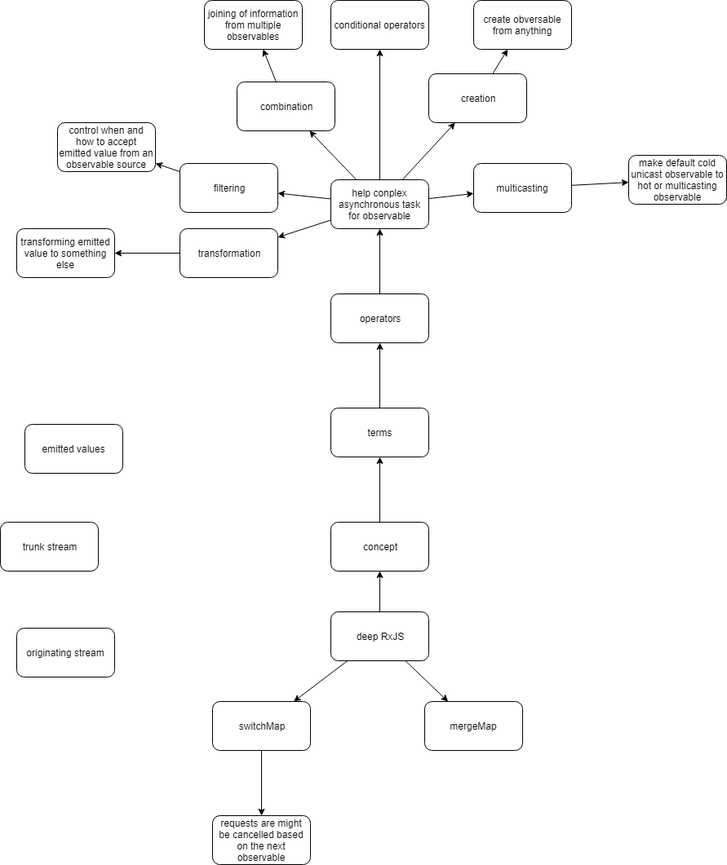
stsiwo/js_concept keeps this draw.io diagram as RxJS_deep_concept.PNG. Above is the earlier version. Source tidied: cells renumbered, new cells last; positions are measured from the earlier drawing's top-left corner, leaving out a move shared by most shapes. The source it was exported from:
```xml
<mxGraphModel background="#FFFFFF">
  <root>
    <mxCell id="0" />
    <mxCell id="1" parent="0" />
    <mxCell id="2" style="rounded=0;jettySize=auto;html=1;" parent="1" edge="1" source="5" target="37">
      <mxGeometry relative="1" as="geometry" />
    </mxCell>
    <mxCell id="3" style="edgeStyle=none;rounded=0;jettySize=auto;html=1;" parent="1" edge="1" source="5" target="35">
      <mxGeometry relative="1" as="geometry" />
    </mxCell>
    <mxCell id="4" style="edgeStyle=none;rounded=0;jettySize=auto;html=1;" parent="1" edge="1" source="5" target="7">
      <mxGeometry relative="1" as="geometry" />
    </mxCell>
    <mxCell id="5" value="deep RxJS" style="rounded=1;whiteSpace=wrap;html=1;" parent="1" vertex="1">
      <mxGeometry x="405" y="750" width="120" height="60" as="geometry" />
    </mxCell>
    <mxCell id="6" style="edgeStyle=none;rounded=0;jettySize=auto;html=1;" parent="1" edge="1" source="7" target="9">
      <mxGeometry relative="1" as="geometry" />
    </mxCell>
    <mxCell id="7" value="concept" style="rounded=1;whiteSpace=wrap;html=1;" parent="1" vertex="1">
      <mxGeometry x="405" y="640" width="120" height="60" as="geometry" />
    </mxCell>
    <mxCell id="8" style="edgeStyle=none;rounded=0;jettySize=auto;html=1;" parent="1" edge="1" source="9" target="11">
      <mxGeometry relative="1" as="geometry" />
    </mxCell>
    <mxCell id="9" value="terms" style="rounded=1;whiteSpace=wrap;html=1;" parent="1" vertex="1">
      <mxGeometry x="405" y="500" width="120" height="60" as="geometry" />
    </mxCell>
    <mxCell id="10" style="edgeStyle=none;rounded=0;jettySize=auto;html=1;" parent="1" edge="1" source="11" target="18">
      <mxGeometry relative="1" as="geometry" />
    </mxCell>
    <mxCell id="11" value="operators" style="rounded=1;whiteSpace=wrap;html=1;" parent="1" vertex="1">
      <mxGeometry x="405" y="360" width="120" height="60" as="geometry" />
    </mxCell>
    <mxCell id="12" style="edgeStyle=none;rounded=0;jettySize=auto;html=1;" parent="1" edge="1" source="18" target="33">
      <mxGeometry relative="1" as="geometry" />
    </mxCell>
    <mxCell id="13" style="edgeStyle=none;rounded=0;jettySize=auto;html=1;" parent="1" edge="1" source="18" target="31">
      <mxGeometry relative="1" as="geometry" />
    </mxCell>
    <mxCell id="14" style="edgeStyle=none;rounded=0;jettySize=auto;html=1;" parent="1" edge="1" source="18" target="29">
      <mxGeometry relative="1" as="geometry" />
    </mxCell>
    <mxCell id="15" style="edgeStyle=none;rounded=0;jettySize=auto;html=1;" parent="1" edge="1" source="18" target="26">
      <mxGeometry relative="1" as="geometry" />
    </mxCell>
    <mxCell id="16" style="edgeStyle=none;rounded=0;jettySize=auto;html=1;" parent="1" edge="1" source="18" target="23">
      <mxGeometry relative="1" as="geometry" />
    </mxCell>
    <mxCell id="17" style="edgeStyle=none;rounded=0;jettySize=auto;html=1;" parent="1" edge="1" source="18" target="20">
      <mxGeometry relative="1" as="geometry" />
    </mxCell>
    <mxCell id="18" value="help conplex asynchronous task for observable" style="rounded=1;whiteSpace=wrap;html=1;" parent="1" vertex="1">
      <mxGeometry x="405" y="220" width="120" height="60" as="geometry" />
    </mxCell>
    <mxCell id="19" style="edgeStyle=none;rounded=0;jettySize=auto;html=1;" parent="1" edge="1" source="20" target="21">
      <mxGeometry relative="1" as="geometry" />
    </mxCell>
    <mxCell id="20" value="transformation" style="rounded=1;whiteSpace=wrap;html=1;" parent="1" vertex="1">
      <mxGeometry x="220" y="280" width="120" height="60" as="geometry" />
    </mxCell>
    <mxCell id="21" value="transforming emitted value to something else" style="rounded=1;whiteSpace=wrap;html=1;" parent="1" vertex="1">
      <mxGeometry x="20" y="280" width="120" height="60" as="geometry" />
    </mxCell>
    <mxCell id="22" style="edgeStyle=none;rounded=0;jettySize=auto;html=1;" parent="1" edge="1" source="23" target="24">
      <mxGeometry relative="1" as="geometry" />
    </mxCell>
    <mxCell id="23" value="filtering" style="rounded=1;whiteSpace=wrap;html=1;" parent="1" vertex="1">
      <mxGeometry x="220" y="200" width="120" height="60" as="geometry" />
    </mxCell>
    <mxCell id="24" value="control when and how to accept emitted value from an observable source" style="rounded=1;whiteSpace=wrap;html=1;" parent="1" vertex="1">
      <mxGeometry x="70" y="150" width="120" height="60" as="geometry" />
    </mxCell>
    <mxCell id="25" style="edgeStyle=none;rounded=0;jettySize=auto;html=1;" parent="1" edge="1" source="26" target="27">
      <mxGeometry relative="1" as="geometry" />
    </mxCell>
    <mxCell id="26" value="multicasting" style="rounded=1;whiteSpace=wrap;html=1;" parent="1" vertex="1">
      <mxGeometry x="580" y="200" width="120" height="60" as="geometry" />
    </mxCell>
    <mxCell id="27" value="make default cold unicast observable to hot or multicasting observable" style="rounded=1;whiteSpace=wrap;html=1;" parent="1" vertex="1">
      <mxGeometry x="770" y="190" width="120" height="60" as="geometry" />
    </mxCell>
    <mxCell id="28" style="edgeStyle=none;rounded=0;jettySize=auto;html=1;" parent="1" edge="1" source="29" target="30">
      <mxGeometry relative="1" as="geometry" />
    </mxCell>
    <mxCell id="29" value="creation" style="rounded=1;whiteSpace=wrap;html=1;" parent="1" vertex="1">
      <mxGeometry x="525" y="90" width="120" height="60" as="geometry" />
    </mxCell>
    <mxCell id="30" value="create obversable from anything" style="rounded=1;whiteSpace=wrap;html=1;" parent="1" vertex="1">
      <mxGeometry x="580" width="120" height="60" as="geometry" />
    </mxCell>
    <mxCell id="31" value="conditional operators" style="rounded=1;whiteSpace=wrap;html=1;" parent="1" vertex="1">
      <mxGeometry x="405" width="120" height="60" as="geometry" />
    </mxCell>
    <mxCell id="32" style="edgeStyle=none;rounded=0;jettySize=auto;html=1;" parent="1" edge="1" source="33" target="34">
      <mxGeometry relative="1" as="geometry" />
    </mxCell>
    <mxCell id="33" value="combination" style="rounded=1;whiteSpace=wrap;html=1;" parent="1" vertex="1">
      <mxGeometry x="290" y="100" width="120" height="60" as="geometry" />
    </mxCell>
    <mxCell id="34" value="joining of information from multiple observables" style="rounded=1;whiteSpace=wrap;html=1;" parent="1" vertex="1">
      <mxGeometry x="250" width="120" height="60" as="geometry" />
    </mxCell>
    <mxCell id="35" value="mergeMap" style="rounded=1;whiteSpace=wrap;html=1;" parent="1" vertex="1">
      <mxGeometry x="520" y="860" width="120" height="60" as="geometry" />
    </mxCell>
    <mxCell id="36" style="edgeStyle=none;rounded=0;jettySize=auto;html=1;" parent="1" edge="1" source="37" target="38">
      <mxGeometry relative="1" as="geometry" />
    </mxCell>
    <mxCell id="37" value="switchMap" style="rounded=1;whiteSpace=wrap;html=1;" parent="1" vertex="1">
      <mxGeometry x="260" y="860" width="120" height="60" as="geometry" />
    </mxCell>
    <mxCell id="38" value="requests are might be cancelled based on the next observable" style="rounded=1;whiteSpace=wrap;html=1;" parent="1" vertex="1">
      <mxGeometry x="260" y="1000" width="120" height="60" as="geometry" />
    </mxCell>
    <mxCell id="39" value="originating stream" style="rounded=1;whiteSpace=wrap;html=1;" parent="1" vertex="1">
      <mxGeometry x="20" y="770" width="120" height="60" as="geometry" />
    </mxCell>
    <mxCell id="40" value="trunk stream" style="rounded=1;whiteSpace=wrap;html=1;" parent="1" vertex="1">
      <mxGeometry y="640" width="120" height="60" as="geometry" />
    </mxCell>
    <mxCell id="41" value="emitted values" style="rounded=1;whiteSpace=wrap;html=1;" parent="1" vertex="1">
      <mxGeometry x="30" y="520" width="120" height="60" as="geometry" />
    </mxCell>
  </root>
</mxGraphModel>
```
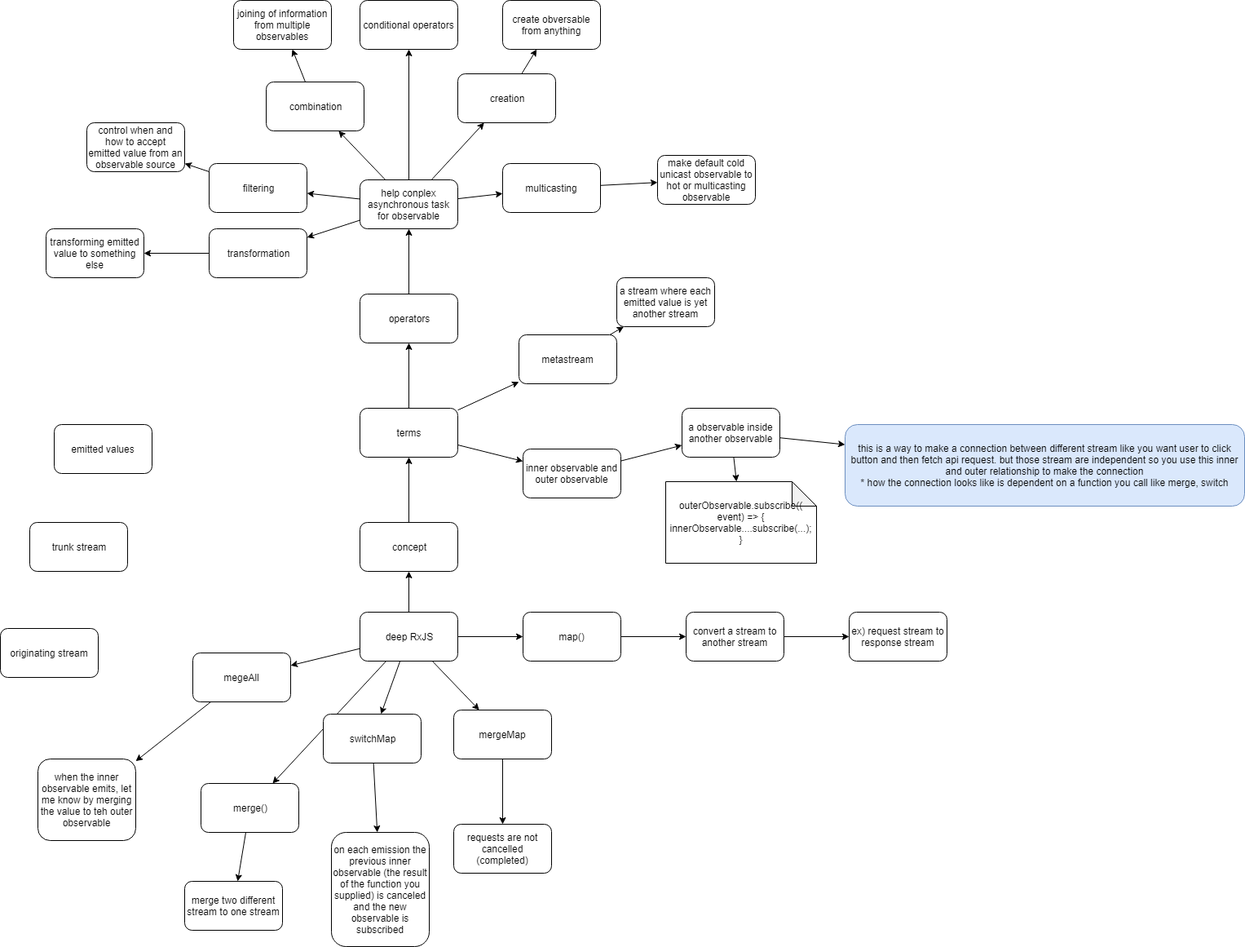
The same diagram one commit later.

Diff of the diagram source:
```diff
@@ -11,9 +11,51 @@
     <mxCell id="4" style="edgeStyle=none;rounded=0;jettySize=auto;html=1;" parent="1" edge="1" source="5" target="7">
       <mxGeometry relative="1" as="geometry" />
     </mxCell>
+    <mxCell id="42" style="edgeStyle=none;rounded=0;jettySize=auto;html=1;" parent="1" edge="1" source="5" target="52">
+      <mxGeometry relative="1" as="geometry" />
+    </mxCell>
+    <mxCell id="43" style="edgeStyle=none;rounded=0;jettySize=auto;html=1;" parent="1" edge="1" source="5" target="49">
+      <mxGeometry relative="1" as="geometry" />
+    </mxCell>
+    <mxCell id="44" style="edgeStyle=none;rounded=0;jettySize=auto;html=1;" parent="1" edge="1" source="5" target="46">
+      <mxGeometry relative="1" as="geometry" />
+    </mxCell>
     <mxCell id="5" value="deep RxJS" style="rounded=1;whiteSpace=wrap;html=1;" parent="1" vertex="1">
       <mxGeometry x="405" y="750" width="120" height="60" as="geometry" />
     </mxCell>
+    <mxCell id="45" style="edgeStyle=none;rounded=0;jettySize=auto;html=1;" parent="1" edge="1" source="46" target="47">
+      <mxGeometry relative="1" as="geometry" />
+    </mxCell>
+    <mxCell id="46" value="megeAll" style="rounded=1;whiteSpace=wrap;html=1;" parent="1" vertex="1">
+      <mxGeometry x="200" y="800" width="120" height="60" as="geometry" />
+    </mxCell>
+    <mxCell id="47" value="when the inner observable emits, let me know by merging the value to teh outer observable" style="rounded=1;whiteSpace=wrap;html=1;" parent="1" vertex="1">
+      <mxGeometry x="10" y="930" width="120" height="100" as="geometry" />
+    </mxCell>
+    <mxCell id="48" style="edgeStyle=none;rounded=0;jettySize=auto;html=1;" parent="1" edge="1" source="49" target="50">
+      <mxGeometry relative="1" as="geometry" />
+    </mxCell>
+    <mxCell id="49" value="merge()" style="rounded=1;whiteSpace=wrap;html=1;" parent="1" vertex="1">
+      <mxGeometry x="210" y="960" width="120" height="60" as="geometry" />
+    </mxCell>
+    <mxCell id="50" value="merge two different stream to one stream" style="rounded=1;whiteSpace=wrap;html=1;" parent="1" vertex="1">
+      <mxGeometry x="190" y="1080" width="120" height="60" as="geometry" />
+    </mxCell>
+    <mxCell id="51" style="edgeStyle=none;rounded=0;jettySize=auto;html=1;" parent="1" edge="1" source="52" target="54">
+      <mxGeometry relative="1" as="geometry" />
+    </mxCell>
+    <mxCell id="52" value="map()" style="rounded=1;whiteSpace=wrap;html=1;" parent="1" vertex="1">
+      <mxGeometry x="605" y="750" width="120" height="60" as="geometry" />
+    </mxCell>
+    <mxCell id="53" style="edgeStyle=none;rounded=0;jettySize=auto;html=1;" parent="1" edge="1" source="54" target="55">
+      <mxGeometry relative="1" as="geometry" />
+    </mxCell>
+    <mxCell id="54" value="convert a stream to another stream" style="rounded=1;whiteSpace=wrap;html=1;" parent="1" vertex="1">
+      <mxGeometry x="805" y="750" width="120" height="60" as="geometry" />
+    </mxCell>
+    <mxCell id="55" value="ex) request stream to response stream" style="rounded=1;whiteSpace=wrap;html=1;" parent="1" vertex="1">
+      <mxGeometry x="1005" y="750" width="120" height="60" as="geometry" />
+    </mxCell>
     <mxCell id="6" style="edgeStyle=none;rounded=0;jettySize=auto;html=1;" parent="1" edge="1" source="7" target="9">
       <mxGeometry relative="1" as="geometry" />
     </mxCell>
@@ -23,9 +65,42 @@
     <mxCell id="8" style="edgeStyle=none;rounded=0;jettySize=auto;html=1;" parent="1" edge="1" source="9" target="11">
       <mxGeometry relative="1" as="geometry" />
     </mxCell>
+    <mxCell id="56" style="edgeStyle=none;rounded=0;jettySize=auto;html=1;" parent="1" edge="1" source="9" target="65">
+      <mxGeometry relative="1" as="geometry" />
+    </mxCell>
+    <mxCell id="57" style="edgeStyle=none;rounded=0;jettySize=auto;html=1;" parent="1" edge="1" source="9" target="59">
+      <mxGeometry relative="1" as="geometry" />
+    </mxCell>
     <mxCell id="9" value="terms" style="rounded=1;whiteSpace=wrap;html=1;" parent="1" vertex="1">
       <mxGeometry x="405" y="500" width="120" height="60" as="geometry" />
     </mxCell>
+    <mxCell id="58" style="edgeStyle=none;rounded=0;jettySize=auto;html=1;" parent="1" edge="1" source="59" target="62">
+      <mxGeometry relative="1" as="geometry" />
+    </mxCell>
+    <mxCell id="59" value="inner observable and outer observable" style="rounded=1;whiteSpace=wrap;html=1;" parent="1" vertex="1">
+      <mxGeometry x="605" y="550" width="120" height="60" as="geometry" />
+    </mxCell>
+    <mxCell id="60" style="edgeStyle=none;rounded=0;jettySize=auto;html=1;" parent="1" edge="1" source="62" target="69">
+      <mxGeometry relative="1" as="geometry" />
+    </mxCell>
+    <mxCell id="61" style="edgeStyle=none;rounded=0;jettySize=auto;html=1;" parent="1" edge="1" source="62" target="63">
+      <mxGeometry relative="1" as="geometry" />
+    </mxCell>
+    <mxCell id="62" value="a observable inside another observable" style="rounded=1;whiteSpace=wrap;html=1;" parent="1" vertex="1">
+      <mxGeometry x="800" y="500" width="120" height="60" as="geometry" />
+    </mxCell>
+    <mxCell id="63" value="this is a way to make a connection between different stream like you want user to click button and then fetch api request. but those stream are independent so you use this inner and outer relationship to make the connection&lt;br&gt;* how the connection looks like is dependent on a function you call like merge, switch&lt;br&gt;" style="rounded=1;whiteSpace=wrap;html=1;fillColor=#dae8fc;strokeColor=#6c8ebf;" parent="1" vertex="1">
+      <mxGeometry x="1000" y="520" width="490" height="100" as="geometry" />
+    </mxCell>
+    <mxCell id="64" style="edgeStyle=none;rounded=0;jettySize=auto;html=1;" parent="1" edge="1" source="65" target="66">
+      <mxGeometry relative="1" as="geometry" />
+    </mxCell>
+    <mxCell id="65" value="metastream" style="rounded=1;whiteSpace=wrap;html=1;" parent="1" vertex="1">
+      <mxGeometry x="600" y="410" width="120" height="60" as="geometry" />
+    </mxCell>
+    <mxCell id="66" value="a stream where each emitted value is yet another stream" style="rounded=1;whiteSpace=wrap;html=1;" parent="1" vertex="1">
+      <mxGeometry x="720" y="340" width="120" height="60" as="geometry" />
+    </mxCell>
     <mxCell id="10" style="edgeStyle=none;rounded=0;jettySize=auto;html=1;" parent="1" edge="1" source="11" target="18">
       <mxGeometry relative="1" as="geometry" />
     </mxCell>
@@ -101,20 +176,26 @@
     <mxCell id="34" value="joining of information from multiple observables" style="rounded=1;whiteSpace=wrap;html=1;" parent="1" vertex="1">
       <mxGeometry x="250" width="120" height="60" as="geometry" />
     </mxCell>
+    <mxCell id="67" style="edgeStyle=none;rounded=0;jettySize=auto;html=1;" parent="1" edge="1" source="35" target="68">
+      <mxGeometry relative="1" as="geometry" />
+    </mxCell>
     <mxCell id="35" value="mergeMap" style="rounded=1;whiteSpace=wrap;html=1;" parent="1" vertex="1">
-      <mxGeometry x="520" y="860" width="120" height="60" as="geometry" />
+      <mxGeometry x="520" y="870" width="120" height="60" as="geometry" />
     </mxCell>
+    <mxCell id="68" value="requests are not cancelled (completed)" style="rounded=1;whiteSpace=wrap;html=1;" parent="1" vertex="1">
+      <mxGeometry x="520" y="1010" width="120" height="60" as="geometry" />
+    </mxCell>
     <mxCell id="36" style="edgeStyle=none;rounded=0;jettySize=auto;html=1;" parent="1" edge="1" source="37" target="38">
       <mxGeometry relative="1" as="geometry" />
     </mxCell>
     <mxCell id="37" value="switchMap" style="rounded=1;whiteSpace=wrap;html=1;" parent="1" vertex="1">
-      <mxGeometry x="260" y="860" width="120" height="60" as="geometry" />
+      <mxGeometry x="360" y="875" width="120" height="60" as="geometry" />
     </mxCell>
-    <mxCell id="38" value="requests are might be cancelled based on the next observable" style="rounded=1;whiteSpace=wrap;html=1;" parent="1" vertex="1">
-      <mxGeometry x="260" y="1000" width="120" height="60" as="geometry" />
+    <mxCell id="38" value="on each emission the previous inner observable (the result of the function you supplied) is canceled and the new observable is subscribed" style="rounded=1;whiteSpace=wrap;html=1;" parent="1" vertex="1">
+      <mxGeometry x="370" y="1020" width="120" height="140" as="geometry" />
     </mxCell>
     <mxCell id="39" value="originating stream" style="rounded=1;whiteSpace=wrap;html=1;" parent="1" vertex="1">
-      <mxGeometry x="20" y="770" width="120" height="60" as="geometry" />
+      <mxGeometry x="-36" y="770" width="120" height="60" as="geometry" />
     </mxCell>
     <mxCell id="40" value="trunk stream" style="rounded=1;whiteSpace=wrap;html=1;" parent="1" vertex="1">
       <mxGeometry y="640" width="120" height="60" as="geometry" />
@@ -122,5 +203,8 @@
     <mxCell id="41" value="emitted values" style="rounded=1;whiteSpace=wrap;html=1;" parent="1" vertex="1">
       <mxGeometry x="30" y="520" width="120" height="60" as="geometry" />
     </mxCell>
+    <mxCell id="69" value="outerObservable.subscribe(( event) =&amp;gt; {&lt;br&gt;innerObservable....subscribe(...);&lt;br&gt;}" style="shape=note;whiteSpace=wrap;html=1;backgroundOutline=1;darkOpacity=0.05;" parent="1" vertex="1">
+      <mxGeometry x="780" y="590" width="185" height="100" as="geometry" />
+    </mxCell>
   </root>
 </mxGraphModel>
```
